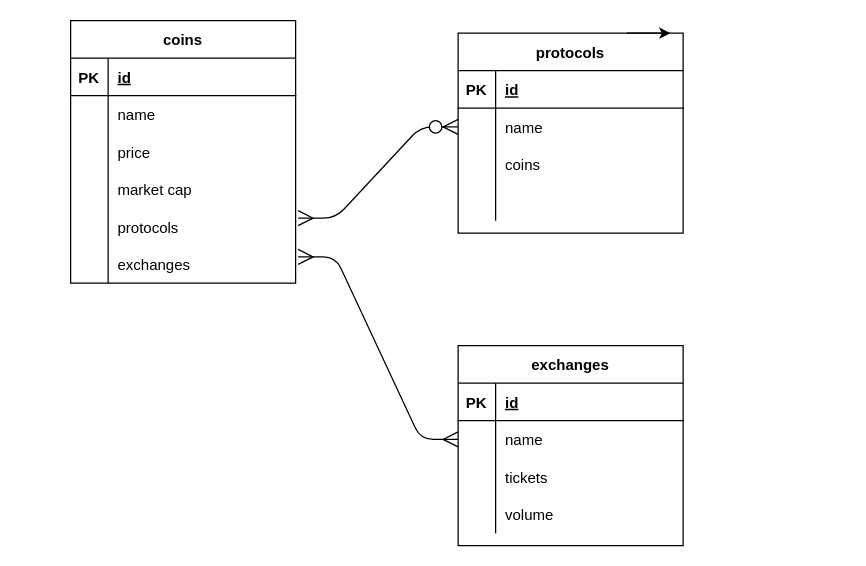
Above: ERD.drawio in prijacash/project-2-crypto (draw.io), before the change. Source tidied: cells renumbered, new cells numbered last; positions are measured from the earlier drawing's top-left corner, leaving out a move shared by most shapes. Both pictures are drawn from the tidied source at 125%, with x=0, y=0 at pixel (70, 20).
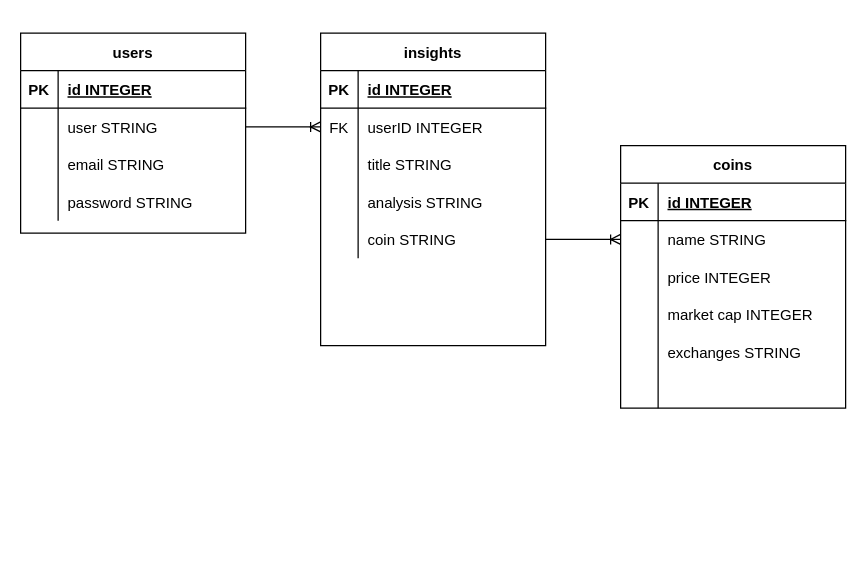
The same diagram, later.

Unchanged cells that the change refers to:
```xml
<mxCell id="3" style="shape=partialRectangle;fillColor=none;top=0;left=0;bottom=1;right=0;" parent="2" vertex="1">
  <mxGeometry y="30" width="180" height="30" as="geometry" />
</mxCell>
<mxCell id="6" style="shape=partialRectangle;fillColor=none;top=0;left=0;bottom=0;right=0;points=[[0,0.5],[1,0.5]];portConstraint=eastwest;" parent="2" vertex="1">
  <mxGeometry y="60" width="180" height="30" as="geometry" />
</mxCell>
<mxCell id="9" style="shape=partialRectangle;fillColor=none;top=0;left=0;bottom=0;right=0;" parent="2" vertex="1">
  <mxGeometry y="90" width="180" height="30" as="geometry" />
</mxCell>
<mxCell id="12" style="shape=partialRectangle;fillColor=none;top=0;left=0;bottom=0;right=0;" parent="2" vertex="1">
  <mxGeometry y="120" width="180" height="30" as="geometry" />
</mxCell>
<mxCell id="15" style="shape=partialRectangle;fillColor=none;top=0;left=0;bottom=0;right=0;points=[[0,0.5],[1,0.5]];portConstraint=eastwest;" parent="2" vertex="1">
  <mxGeometry y="150" width="180" height="30" as="geometry" />
</mxCell>
<mxCell id="18" style="shape=partialRectangle;fillColor=none;top=0;left=0;bottom=0;right=0;points=[[0,0.5],[1,0.5]];portConstraint=eastwest;" parent="2" vertex="1">
  <mxGeometry y="180" width="180" height="30" as="geometry" />
</mxCell>
<mxCell id="36" style="shape=partialRectangle;fillColor=none;top=0;left=0;bottom=1;right=0;" parent="35" vertex="1">
  <mxGeometry y="30" width="180" height="30" as="geometry" />
</mxCell>
<mxCell id="39" style="shape=partialRectangle;fillColor=none;top=0;left=0;bottom=0;right=0;points=[[0,0.5],[1,0.5]];portConstraint=eastwest;" parent="35" vertex="1">
  <mxGeometry y="60" width="180" height="30" as="geometry" />
</mxCell>
<mxCell id="42" style="shape=partialRectangle;fillColor=none;top=0;left=0;bottom=0;right=0;" parent="35" vertex="1">
  <mxGeometry y="90" width="180" height="30" as="geometry" />
</mxCell>
<mxCell id="45" style="shape=partialRectangle;fillColor=none;top=0;left=0;bottom=0;right=0;" parent="35" vertex="1">
  <mxGeometry y="120" width="180" height="30" as="geometry" />
</mxCell>
```

What changed in the source:
```diff
@@
     <mxCell id="2" value="coins" style="shape=table;startSize=30;childLayout=tableLayout;rowLines=0;fontStyle=1;align=center;" parent="1" vertex="1">
-      <mxGeometry width="180" height="210" as="geometry" />
+      <mxGeometry x="440" y="100" width="180" height="210" as="geometry" />
     </mxCell>
@@
-    <mxCell id="5" value="id" style="shape=partialRectangle;fillColor=none;top=0;left=0;bottom=0;right=0;align=left;spacingLeft=6;fontStyle=5;overflow=hidden;" parent="3" vertex="1">
+    <mxCell id="5" value="id INTEGER" style="shape=partialRectangle;fillColor=none;top=0;left=0;bottom=0;right=0;align=left;spacingLeft=6;fontStyle=5;overflow=hidden;" parent="3" vertex="1">
       <mxGeometry x="30" width="150" height="30" as="geometry" />
     </mxCell>
@@
-    <mxCell id="8" value="name" style="shape=partialRectangle;fillColor=none;top=0;left=0;bottom=0;right=0;align=left;spacingLeft=6;overflow=hidden;" parent="6" vertex="1">
+    <mxCell id="8" value="name STRING" style="shape=partialRectangle;fillColor=none;top=0;left=0;bottom=0;right=0;align=left;spacingLeft=6;overflow=hidden;" parent="6" vertex="1">
       <mxGeometry x="30" width="150" height="30" as="geometry" />
     </mxCell>
@@
-    <mxCell id="11" value="price" style="shape=partialRectangle;fillColor=none;top=0;left=0;bottom=0;right=0;align=left;spacingLeft=6;overflow=hidden;" parent="9" vertex="1">
+    <mxCell id="11" value="price INTEGER" style="shape=partialRectangle;fillColor=none;top=0;left=0;bottom=0;right=0;align=left;spacingLeft=6;overflow=hidden;" parent="9" vertex="1">
       <mxGeometry x="30" width="150" height="30" as="geometry" />
     </mxCell>
@@
-    <mxCell id="14" value="market cap" style="shape=partialRectangle;fillColor=none;top=0;left=0;bottom=0;right=0;align=left;spacingLeft=6;overflow=hidden;" parent="12" vertex="1">
+    <mxCell id="14" value="market cap INTEGER" style="shape=partialRectangle;fillColor=none;top=0;left=0;bottom=0;right=0;align=left;spacingLeft=6;overflow=hidden;" parent="12" vertex="1">
       <mxGeometry x="30" width="150" height="30" as="geometry" />
     </mxCell>
@@
-    <mxCell id="17" value="protocols" style="shape=partialRectangle;fillColor=none;top=0;left=0;bottom=0;right=0;align=left;spacingLeft=6;overflow=hidden;" parent="15" vertex="1">
+    <mxCell id="17" value="exchanges STRING" style="shape=partialRectangle;fillColor=none;top=0;left=0;bottom=0;right=0;align=left;spacingLeft=6;overflow=hidden;" parent="15" vertex="1">
       <mxGeometry x="30" width="150" height="30" as="geometry" />
     </mxCell>
@@
-    <mxCell id="20" value="exchanges" style="shape=partialRectangle;fillColor=none;top=0;left=0;bottom=0;right=0;align=left;spacingLeft=6;overflow=hidden;" parent="18" vertex="1">
+    <mxCell id="20" style="shape=partialRectangle;fillColor=none;top=0;left=0;bottom=0;right=0;align=left;spacingLeft=6;overflow=hidden;" parent="18" vertex="1">
       <mxGeometry x="30" width="150" height="30" as="geometry" />
     </mxCell>
-    <mxCell id="21" value="protocols" style="shape=table;startSize=30;childLayout=tableLayout;rowLines=0;fontStyle=1;align=center;" parent="1" vertex="1">
-      <mxGeometry x="310" y="10" width="180" height="160" as="geometry" />
-    </mxCell>
-    <mxCell id="22" style="shape=partialRectangle;fillColor=none;top=0;left=0;bottom=1;right=0;" parent="21" vertex="1">
-      <mxGeometry y="30" width="180" height="30" as="geometry" />
-    </mxCell>
-    <mxCell id="23" value="PK" style="shape=partialRectangle;fillColor=none;top=0;left=0;bottom=0;right=0;fontStyle=1;overflow=hidden;" parent="22" vertex="1">
-      <mxGeometry width="30" height="30" as="geometry" />
-    </mxCell>
-    <mxCell id="24" value="id" style="shape=partialRectangle;fillColor=none;top=0;left=0;bottom=0;right=0;align=left;spacingLeft=6;fontStyle=5;overflow=hidden;" parent="22" vertex="1">
-      <mxGeometry x="30" width="150" height="30" as="geometry" />
-    </mxCell>
-    <mxCell id="25" style="shape=partialRectangle;fillColor=none;top=0;left=0;bottom=0;right=0;points=[[0,0.5],[1,0.5]];portConstraint=eastwest;" parent="21" vertex="1">
-      <mxGeometry y="60" width="180" height="30" as="geometry" />
-    </mxCell>
-    <mxCell id="26" style="shape=partialRectangle;fillColor=none;top=0;left=0;bottom=0;right=0;overflow=hidden;" parent="25" vertex="1">
-      <mxGeometry width="30" height="30" as="geometry" />
-    </mxCell>
-    <mxCell id="27" value="name" style="shape=partialRectangle;fillColor=none;top=0;left=0;bottom=0;right=0;align=left;spacingLeft=6;overflow=hidden;" parent="25" vertex="1">
-      <mxGeometry x="30" width="150" height="30" as="geometry" />
-    </mxCell>
-    <mxCell id="28" style="shape=partialRectangle;fillColor=none;top=0;left=0;bottom=0;right=0;" parent="21" vertex="1">
-      <mxGeometry y="90" width="180" height="30" as="geometry" />
-    </mxCell>
-    <mxCell id="29" style="shape=partialRectangle;fillColor=none;top=0;left=0;bottom=0;right=0;overflow=hidden;" parent="28" vertex="1">
-      <mxGeometry width="30" height="30" as="geometry" />
-    </mxCell>
-    <mxCell id="30" value="coins" style="shape=partialRectangle;fillColor=none;top=0;left=0;bottom=0;right=0;align=left;spacingLeft=6;overflow=hidden;" parent="28" vertex="1">
-      <mxGeometry x="30" width="150" height="30" as="geometry" />
-    </mxCell>
-    <mxCell id="31" style="shape=partialRectangle;fillColor=none;top=0;left=0;bottom=0;right=0;" parent="21" vertex="1">
-      <mxGeometry y="120" width="180" height="30" as="geometry" />
-    </mxCell>
-    <mxCell id="32" style="shape=partialRectangle;fillColor=none;top=0;left=0;bottom=0;right=0;overflow=hidden;" parent="31" vertex="1">
-      <mxGeometry width="30" height="30" as="geometry" />
-    </mxCell>
-    <mxCell id="33" style="shape=partialRectangle;fillColor=none;top=0;left=0;bottom=0;right=0;align=left;spacingLeft=6;overflow=hidden;" parent="31" vertex="1">
-      <mxGeometry x="30" width="150" height="30" as="geometry" />
-    </mxCell>
-    <mxCell id="34" style="edgeStyle=none;html=1;exitX=0.75;exitY=0;exitDx=0;exitDy=0;entryX=0.944;entryY=0;entryDx=0;entryDy=0;entryPerimeter=0;" parent="1" edge="1" source="21" target="21">
-      <mxGeometry relative="1" as="geometry" />
-    </mxCell>
-    <mxCell id="35" value="exchanges" style="shape=table;startSize=30;childLayout=tableLayout;rowLines=0;fontStyle=1;align=center;" parent="1" vertex="1">
-      <mxGeometry x="310" y="260" width="180" height="160" as="geometry" />
+    <mxCell id="35" value="users" style="shape=table;startSize=30;childLayout=tableLayout;rowLines=0;fontStyle=1;align=center;" parent="1" vertex="1">
+      <mxGeometry x="-40" y="10" width="180" height="160" as="geometry" />
     </mxCell>
@@
-    <mxCell id="38" value="id" style="shape=partialRectangle;fillColor=none;top=0;left=0;bottom=0;right=0;align=left;spacingLeft=6;fontStyle=5;overflow=hidden;" parent="36" vertex="1">
+    <mxCell id="38" value="id INTEGER" style="shape=partialRectangle;fillColor=none;top=0;left=0;bottom=0;right=0;align=left;spacingLeft=6;fontStyle=5;overflow=hidden;" parent="36" vertex="1">
       <mxGeometry x="30" width="150" height="30" as="geometry" />
     </mxCell>
@@
-    <mxCell id="41" value="name" style="shape=partialRectangle;fillColor=none;top=0;left=0;bottom=0;right=0;align=left;spacingLeft=6;overflow=hidden;" parent="39" vertex="1">
+    <mxCell id="41" value="user STRING" style="shape=partialRectangle;fillColor=none;top=0;left=0;bottom=0;right=0;align=left;spacingLeft=6;overflow=hidden;" parent="39" vertex="1">
       <mxGeometry x="30" width="150" height="30" as="geometry" />
     </mxCell>
@@
-    <mxCell id="44" value="tickets" style="shape=partialRectangle;fillColor=none;top=0;left=0;bottom=0;right=0;align=left;spacingLeft=6;overflow=hidden;" parent="42" vertex="1">
+    <mxCell id="44" value="email STRING" style="shape=partialRectangle;fillColor=none;top=0;left=0;bottom=0;right=0;align=left;spacingLeft=6;overflow=hidden;" parent="42" vertex="1">
       <mxGeometry x="30" width="150" height="30" as="geometry" />
     </mxCell>
@@
-    <mxCell id="47" value="volume" style="shape=partialRectangle;fillColor=none;top=0;left=0;bottom=0;right=0;align=left;spacingLeft=6;overflow=hidden;" parent="45" vertex="1">
+    <mxCell id="47" value="password STRING" style="shape=partialRectangle;fillColor=none;top=0;left=0;bottom=0;right=0;align=left;spacingLeft=6;overflow=hidden;" parent="45" vertex="1">
       <mxGeometry x="30" width="150" height="30" as="geometry" />
     </mxCell>
-    <mxCell id="48" style="edgeStyle=entityRelationEdgeStyle;fontSize=12;html=1;endArrow=ERmany;endFill=0;exitX=1.011;exitY=0.3;exitDx=0;exitDy=0;exitPerimeter=0;entryX=0;entryY=0.5;entryDx=0;entryDy=0;endSize=10;startSize=10;startArrow=ERmany;startFill=0;" parent="1" edge="1" source="18" target="39">
-      <mxGeometry relative="1" as="geometry" />
-    </mxCell>
-    <mxCell id="49" style="edgeStyle=entityRelationEdgeStyle;fontSize=12;html=1;endArrow=ERzeroToMany;endFill=1;exitX=1.011;exitY=0.267;exitDx=0;exitDy=0;exitPerimeter=0;endSize=10;startSize=10;startArrow=ERmany;startFill=0;entryX=0;entryY=0.5;entryDx=0;entryDy=0;" parent="1" edge="1" source="15" target="25">
-      <mxGeometry relative="1" as="geometry" />
-    </mxCell>
+    <mxCell id="50" value="insights" style="shape=table;startSize=30;childLayout=tableLayout;rowLines=0;fontStyle=1;align=center;" parent="1" vertex="1">
+      <mxGeometry x="200" y="10" width="180" height="250" as="geometry" />
+    </mxCell>
+    <mxCell id="22" style="shape=partialRectangle;fillColor=none;top=0;left=0;bottom=1;right=0;" parent="50" vertex="1">
+      <mxGeometry y="30" width="180" height="30" as="geometry" />
+    </mxCell>
+    <mxCell id="23" value="PK" style="shape=partialRectangle;fillColor=none;top=0;left=0;bottom=0;right=0;fontStyle=1;overflow=hidden;" parent="22" vertex="1">
+      <mxGeometry width="30" height="30" as="geometry" />
+    </mxCell>
+    <mxCell id="51" value="id INTEGER" style="shape=partialRectangle;fillColor=none;top=0;left=0;bottom=0;right=0;align=left;spacingLeft=6;fontStyle=5;overflow=hidden;" parent="22" vertex="1">
+      <mxGeometry x="30" width="150" height="30" as="geometry" />
+    </mxCell>
+    <mxCell id="25" style="shape=partialRectangle;fillColor=none;top=0;left=0;bottom=0;right=0;points=[[0,0.5],[1,0.5]];portConstraint=eastwest;" parent="50" vertex="1">
+      <mxGeometry y="60" width="180" height="30" as="geometry" />
+    </mxCell>
+    <mxCell id="52" value="FK" style="shape=partialRectangle;fillColor=none;top=0;left=0;bottom=0;right=0;overflow=hidden;" parent="25" vertex="1">
+      <mxGeometry width="30" height="30" as="geometry" />
+    </mxCell>
+    <mxCell id="53" value="userID INTEGER" style="shape=partialRectangle;fillColor=none;top=0;left=0;bottom=0;right=0;align=left;spacingLeft=6;overflow=hidden;" parent="25" vertex="1">
+      <mxGeometry x="30" width="150" height="30" as="geometry" />
+    </mxCell>
+    <mxCell id="28" style="shape=partialRectangle;fillColor=none;top=0;left=0;bottom=0;right=0;" parent="50" vertex="1">
+      <mxGeometry y="90" width="180" height="30" as="geometry" />
+    </mxCell>
+    <mxCell id="54" style="shape=partialRectangle;fillColor=none;top=0;left=0;bottom=0;right=0;overflow=hidden;" parent="28" vertex="1">
+      <mxGeometry width="30" height="30" as="geometry" />
+    </mxCell>
+    <mxCell id="55" value="title STRING" style="shape=partialRectangle;fillColor=none;top=0;left=0;bottom=0;right=0;align=left;spacingLeft=6;overflow=hidden;" parent="28" vertex="1">
+      <mxGeometry x="30" width="150" height="30" as="geometry" />
+    </mxCell>
+    <mxCell id="31" style="shape=partialRectangle;fillColor=none;top=0;left=0;bottom=0;right=0;" parent="50" vertex="1">
+      <mxGeometry y="120" width="180" height="30" as="geometry" />
+    </mxCell>
+    <mxCell id="56" style="shape=partialRectangle;fillColor=none;top=0;left=0;bottom=0;right=0;overflow=hidden;" parent="31" vertex="1">
+      <mxGeometry width="30" height="30" as="geometry" />
+    </mxCell>
+    <mxCell id="57" value="analysis STRING" style="shape=partialRectangle;fillColor=none;top=0;left=0;bottom=0;right=0;align=left;spacingLeft=6;overflow=hidden;" parent="31" vertex="1">
+      <mxGeometry x="30" width="150" height="30" as="geometry" />
+    </mxCell>
+    <mxCell id="58" style="shape=partialRectangle;fillColor=none;top=0;left=0;bottom=0;right=0;points=[[0,0.5],[1,0.5]];portConstraint=eastwest;" parent="50" vertex="1">
+      <mxGeometry y="150" width="180" height="30" as="geometry" />
+    </mxCell>
+    <mxCell id="59" style="shape=partialRectangle;fillColor=none;top=0;left=0;bottom=0;right=0;overflow=hidden;" parent="58" vertex="1">
+      <mxGeometry width="30" height="30" as="geometry" />
+    </mxCell>
+    <mxCell id="60" value="coin STRING" style="shape=partialRectangle;fillColor=none;top=0;left=0;bottom=0;right=0;align=left;spacingLeft=6;overflow=hidden;" parent="58" vertex="1">
+      <mxGeometry x="30" width="150" height="30" as="geometry" />
+    </mxCell>
+    <mxCell id="61" style="edgeStyle=entityRelationEdgeStyle;fontSize=12;html=1;endArrow=ERoneToMany;entryX=0;entryY=0.5;entryDx=0;entryDy=0;exitX=1;exitY=0.5;exitDx=0;exitDy=0;" parent="1" edge="1" source="58" target="6">
+      <mxGeometry relative="1" as="geometry" />
+    </mxCell>
+    <mxCell id="62" style="edgeStyle=entityRelationEdgeStyle;fontSize=12;html=1;endArrow=ERoneToMany;exitX=1;exitY=0.5;exitDx=0;exitDy=0;entryX=0;entryY=0.5;entryDx=0;entryDy=0;" parent="1" edge="1" source="39" target="25">
+      <mxGeometry relative="1" as="geometry" />
+    </mxCell>
```
